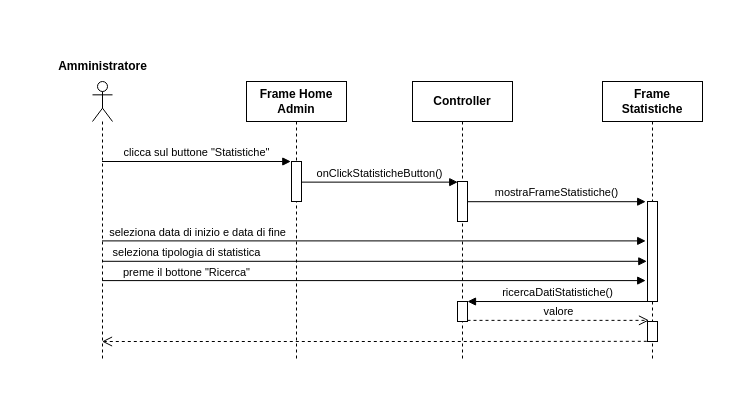
Before: Documentazione/Sequence Diagram/Analisi/drawio/Sequence Diagram - Visualizza Statistiche.drawio in vittorioruggiero/Progetto-IngSw, a draw.io diagram. Source tidied: cells renumbered, new cells numbered last; positions are measured from the earlier drawing's top-left corner, leaving out a move shared by most shapes. Both pictures are drawn from the tidied source at 100%, with x=0, y=0 at pixel (47, 51).
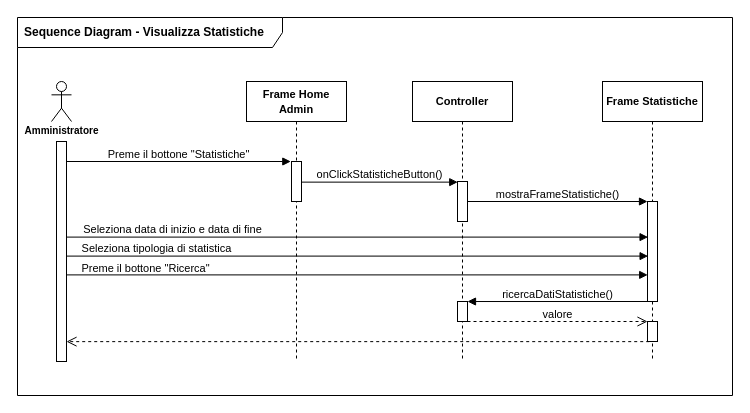
After the change.

Commit message (it also covers changes not shown here):
sequence diagram corretti

The change refers to these unchanged cells:
```xml
<mxCell id="6" style="html=1;points=[];perimeter=orthogonalPerimeter;" parent="5" vertex="1">
  <mxGeometry x="45" y="120" width="10" height="100" as="geometry" />
</mxCell>
<mxCell id="7" style="html=1;points=[];perimeter=orthogonalPerimeter;" parent="5" vertex="1">
  <mxGeometry x="45" y="240" width="10" height="20" as="geometry" />
</mxCell>
<mxCell id="9" style="html=1;points=[];perimeter=orthogonalPerimeter;" parent="8" vertex="1">
  <mxGeometry x="45" y="100" width="10" height="40" as="geometry" />
</mxCell>
<mxCell id="10" style="html=1;points=[];perimeter=orthogonalPerimeter;" parent="8" vertex="1">
  <mxGeometry x="45" y="220" width="10" height="20" as="geometry" />
</mxCell>
<mxCell id="12" style="html=1;points=[];perimeter=orthogonalPerimeter;" parent="11" vertex="1">
  <mxGeometry x="45" y="80" width="10" height="40" as="geometry" />
</mxCell>
```

Diff of the diagram source:
```diff
@@
-    <mxCell id="2" style="shape=umlLifeline;participant=umlActor;perimeter=lifelinePerimeter;whiteSpace=wrap;html=1;verticalAlign=top;spacingTop=36;outlineConnect=0;size=40;" parent="1" vertex="1">
-      <mxGeometry x="45" y="30" width="20" height="280" as="geometry" />
-    </mxCell>
-    <mxCell id="3" value="clicca sul buttone &quot;Statistiche&quot;" style="html=1;verticalAlign=bottom;endArrow=block;rounded=0;entryX=-0.067;entryY=0;entryDx=0;entryDy=0;entryPerimeter=0;" parent="1" edge="1" source="2" target="12">
-      <mxGeometry relative="1" as="geometry" />
-    </mxCell>
-    <mxCell id="4" value="Amministratore" style="text;html=1;align=center;verticalAlign=middle;strokeColor=none;fillColor=none;fontStyle=1;" parent="1" vertex="1">
-      <mxGeometry width="110" height="30" as="geometry" />
-    </mxCell>
+    <mxCell id="21" value="&lt;b&gt;Sequence Diagram - Visualizza Statistiche&lt;/b&gt;" style="shape=umlFrame;whiteSpace=wrap;html=1;width=265;height=30;boundedLbl=1;verticalAlign=middle;align=left;spacingLeft=5;" parent="1" vertex="1">
+      <mxGeometry x="-30" y="-34" width="715" height="378" as="geometry" />
+    </mxCell>
+    <mxCell id="22" value="Preme il bottone &quot;Statistiche&quot;" style="html=1;verticalAlign=bottom;endArrow=block;rounded=0;entryX=-0.067;entryY=0;entryDx=0;entryDy=0;entryPerimeter=0;labelBackgroundColor=none;spacingBottom=-2;" parent="1" edge="1" source="26" target="12">
+      <mxGeometry relative="1" as="geometry" />
+    </mxCell>
-    <mxCell id="5" value="&lt;b&gt;Frame Statistiche&lt;/b&gt;" style="shape=umlLifeline;perimeter=lifelinePerimeter;whiteSpace=wrap;html=1;" parent="1" vertex="1">
+    <mxCell id="5" value="&lt;b&gt;&lt;font style=&quot;font-size: 11px;&quot;&gt;Frame Statistiche&lt;/font&gt;&lt;/b&gt;" style="shape=umlLifeline;perimeter=lifelinePerimeter;whiteSpace=wrap;html=1;" parent="1" vertex="1">
       <mxGeometry x="555" y="30" width="100" height="280" as="geometry" />
     </mxCell>
@@
-    <mxCell id="8" value="&lt;b&gt;Controller&lt;/b&gt;" style="shape=umlLifeline;perimeter=lifelinePerimeter;whiteSpace=wrap;html=1;" parent="1" vertex="1">
+    <mxCell id="8" value="&lt;b&gt;&lt;font style=&quot;font-size: 11px;&quot;&gt;Controller&lt;/font&gt;&lt;/b&gt;" style="shape=umlLifeline;perimeter=lifelinePerimeter;whiteSpace=wrap;html=1;" parent="1" vertex="1">
       <mxGeometry x="365" y="30" width="100" height="280" as="geometry" />
     </mxCell>
@@
-    <mxCell id="11" value="Frame Home Admin" style="shape=umlLifeline;perimeter=lifelinePerimeter;whiteSpace=wrap;html=1;fontStyle=1;" parent="1" vertex="1">
+    <mxCell id="11" value="&lt;font style=&quot;font-size: 11px;&quot;&gt;Frame Home Admin&lt;/font&gt;" style="shape=umlLifeline;perimeter=lifelinePerimeter;whiteSpace=wrap;html=1;fontStyle=1;" parent="1" vertex="1">
       <mxGeometry x="199" y="30" width="100" height="280" as="geometry" />
     </mxCell>
@@
-    <mxCell id="13" value="onClickStatisticheButton()" style="html=1;verticalAlign=bottom;endArrow=block;rounded=0;entryX=0.024;entryY=0.016;entryDx=0;entryDy=0;entryPerimeter=0;" parent="1" edge="1" source="12" target="9">
+    <mxCell id="13" value="onClickStatisticheButton()" style="html=1;verticalAlign=bottom;endArrow=block;rounded=0;entryX=0.024;entryY=0.016;entryDx=0;entryDy=0;entryPerimeter=0;labelBackgroundColor=none;spacingBottom=-1;" parent="1" edge="1" source="12" target="9">
       <mxGeometry relative="1" as="geometry" />
     </mxCell>
-    <mxCell id="14" value="mostraFrameStatistiche()" style="html=1;verticalAlign=bottom;endArrow=block;rounded=0;entryX=-0.179;entryY=0.002;entryDx=0;entryDy=0;entryPerimeter=0;" parent="1" edge="1" source="9" target="6">
+    <mxCell id="14" value="mostraFrameStatistiche()" style="html=1;verticalAlign=bottom;endArrow=block;rounded=0;labelBackgroundColor=none;spacingBottom=-2;" parent="1" edge="1" source="9" target="6">
       <mxGeometry relative="1" as="geometry" />
     </mxCell>
-    <mxCell id="15" style="html=1;verticalAlign=bottom;endArrow=open;dashed=1;endSize=8;rounded=0;exitX=-0.069;exitY=0.991;exitDx=0;exitDy=0;exitPerimeter=0;" parent="1" edge="1" source="7" target="2">
-      <mxGeometry relative="1" as="geometry">
-        <Array as="points">
-          <mxPoint x="410" y="290" />
-          <mxPoint x="300" y="290" />
-        </Array>
-      </mxGeometry>
-    </mxCell>
-    <mxCell id="16" value="seleziona data di inizio e data di fine" style="html=1;verticalAlign=bottom;endArrow=block;rounded=0;entryX=-0.179;entryY=0.394;entryDx=0;entryDy=0;entryPerimeter=0;" parent="1" edge="1" source="2" target="6">
-      <mxGeometry x="-0.65" y="-1" relative="1" as="geometry" />
-    </mxCell>
-    <mxCell id="17" value="seleziona tipologia di statistica" style="html=1;verticalAlign=bottom;endArrow=block;rounded=0;entryX=-0.069;entryY=0.598;entryDx=0;entryDy=0;entryPerimeter=0;" parent="1" edge="1" source="2" target="6">
-      <mxGeometry x="-0.69" relative="1" as="geometry" />
-    </mxCell>
-    <mxCell id="18" value="preme il bottone &quot;Ricerca&quot;" style="html=1;verticalAlign=bottom;endArrow=block;rounded=0;entryX=-0.179;entryY=0.791;entryDx=0;entryDy=0;entryPerimeter=0;" parent="1" edge="1" source="2" target="6">
-      <mxGeometry x="-0.69" y="-1" relative="1" as="geometry" />
-    </mxCell>
+    <mxCell id="23" value="Seleziona data di inizio e data di fine" style="html=1;verticalAlign=bottom;endArrow=block;rounded=0;spacingLeft=7;labelBackgroundColor=none;entryX=0.057;entryY=0.356;entryDx=0;entryDy=0;entryPerimeter=0;" parent="1" edge="1" source="26" target="6">
+      <mxGeometry x="-0.65" y="-1" relative="1" as="geometry" />
+    </mxCell>
+    <mxCell id="24" value="Seleziona tipologia di statistica" style="html=1;verticalAlign=bottom;endArrow=block;rounded=0;labelBackgroundColor=none;spacingBottom=-1;spacingLeft=0;entryX=0.06;entryY=0.546;entryDx=0;entryDy=0;entryPerimeter=0;" parent="1" edge="1" source="26" target="6">
+      <mxGeometry x="-0.69" relative="1" as="geometry" />
+    </mxCell>
+    <mxCell id="25" value="Preme il bottone &quot;Ricerca&quot;" style="html=1;verticalAlign=bottom;endArrow=block;rounded=0;spacingLeft=-22;labelBackgroundColor=none;entryX=0.02;entryY=0.734;entryDx=0;entryDy=0;entryPerimeter=0;spacingBottom=-2;" parent="1" edge="1" source="26" target="6">
+      <mxGeometry x="-0.69" y="-1" relative="1" as="geometry" />
+    </mxCell>
-    <mxCell id="19" value="ricercaDatiStatistiche()" style="html=1;verticalAlign=bottom;endArrow=block;rounded=0;entryX=1;entryY=0.001;entryDx=0;entryDy=0;entryPerimeter=0;" parent="1" edge="1" source="6" target="10">
+    <mxCell id="19" value="ricercaDatiStatistiche()" style="html=1;verticalAlign=bottom;endArrow=block;rounded=0;entryX=1;entryY=0.001;entryDx=0;entryDy=0;entryPerimeter=0;labelBackgroundColor=none;spacingBottom=-2;" parent="1" edge="1" source="6" target="10">
       <mxGeometry relative="1" as="geometry" />
     </mxCell>
-    <mxCell id="20" value="valore" style="html=1;verticalAlign=bottom;endArrow=open;dashed=1;endSize=8;rounded=0;entryX=0.152;entryY=-0.057;entryDx=0;entryDy=0;entryPerimeter=0;" parent="1" edge="1" source="10" target="7">
+    <mxCell id="20" value="valore" style="html=1;verticalAlign=bottom;endArrow=open;dashed=1;endSize=8;rounded=0;labelBackgroundColor=none;spacingBottom=-2;" parent="1" edge="1" source="10" target="7">
       <mxGeometry relative="1" as="geometry" />
     </mxCell>
+    <mxCell id="4" value="&lt;font style=&quot;font-size: 10px;&quot;&gt;&lt;b&gt;Amministratore&lt;/b&gt;&lt;/font&gt;" style="shape=umlActor;verticalLabelPosition=bottom;verticalAlign=top;html=1;fillColor=none;spacing=-3;" parent="1" vertex="1">
+      <mxGeometry x="4" y="30" width="20" height="40" as="geometry" />
+    </mxCell>
+    <mxCell id="26" style="html=1;points=[];perimeter=orthogonalPerimeter;fontSize=10;fillColor=none;" parent="1" vertex="1">
+      <mxGeometry x="9" y="90" width="10" height="220" as="geometry" />
+    </mxCell>
+    <mxCell id="27" style="html=1;verticalAlign=bottom;endArrow=open;dashed=1;endSize=8;rounded=0;labelBackgroundColor=none;fontSize=11;exitX=0.171;exitY=1.007;exitDx=0;exitDy=0;exitPerimeter=0;" parent="1" edge="1" source="7" target="26">
+      <mxGeometry relative="1" as="geometry" />
+    </mxCell>
```
